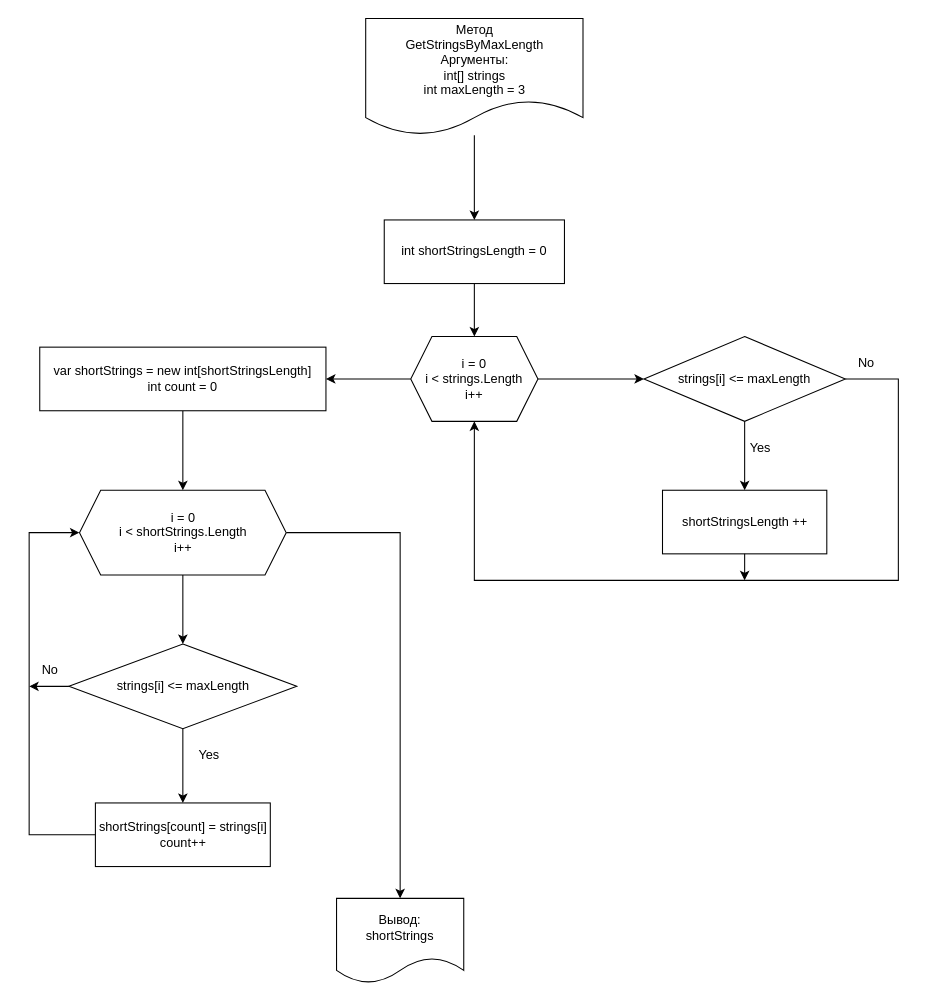
Earlier version of the draw.io diagram scheme.drawio (MadOmsk/project1GB). Source tidied: cells renumbered, new cells numbered last; positions are measured from the earlier drawing's top-left corner, leaving out a move shared by most shapes. Both pictures are drawn from the tidied source at 106%, with x=0, y=0 at pixel (18, 18).
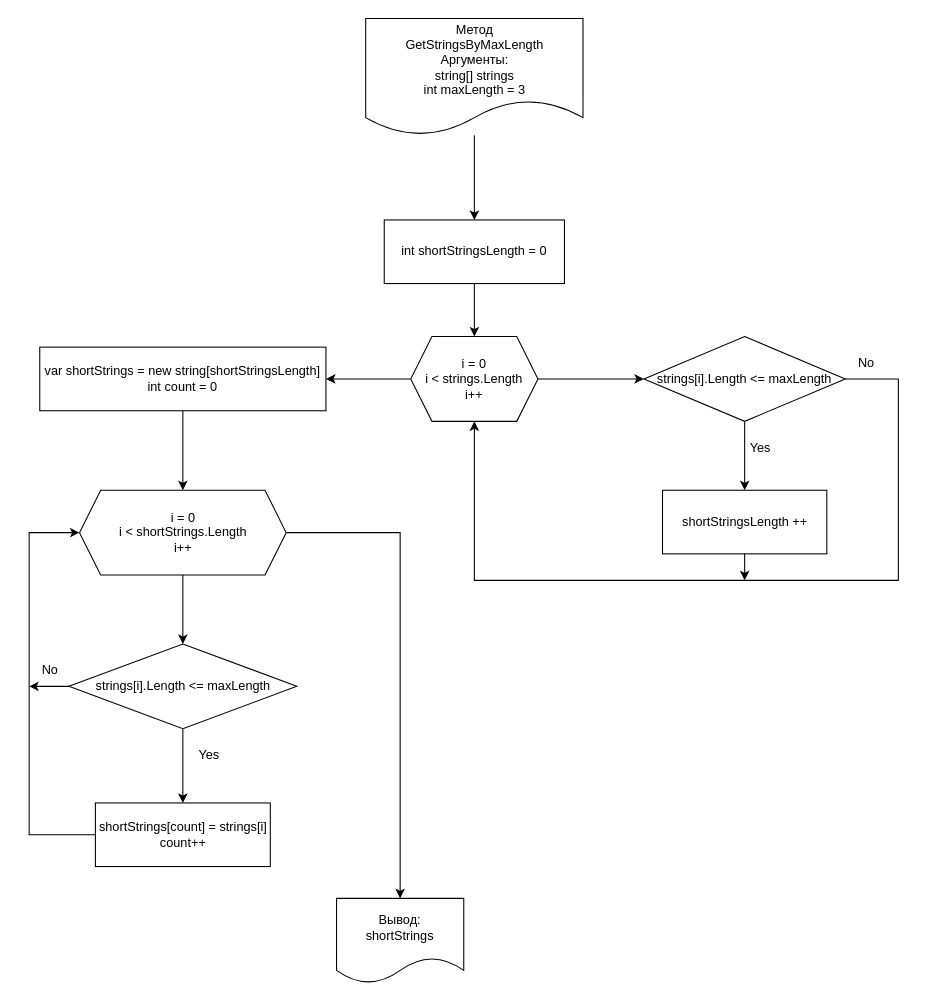
The same page after the edit.

Diff of the diagram source:
```diff
@@
-    <mxCell id="8" value="strings[i] &amp;lt;= maxLength" style="rhombus;whiteSpace=wrap;html=1;" parent="1" vertex="1">
+    <mxCell id="8" value="strings[i].Length &amp;lt;= maxLength" style="rhombus;whiteSpace=wrap;html=1;" parent="1" vertex="1">
       <mxGeometry x="590" y="300" width="190" height="80" as="geometry" />
     </mxCell>
@@
-    <mxCell id="14" value="var shortStrings = new int[shortStringsLength]&lt;br&gt;int count = 0" style="whiteSpace=wrap;html=1;" parent="1" vertex="1">
+    <mxCell id="14" value="var shortStrings = new string[shortStringsLength]&lt;br&gt;int count = 0" style="whiteSpace=wrap;html=1;" parent="1" vertex="1">
       <mxGeometry x="20" y="310" width="270" height="60" as="geometry" />
     </mxCell>
@@
-    <mxCell id="19" value="strings[i] &amp;lt;= maxLength" style="rhombus;whiteSpace=wrap;html=1;" parent="1" vertex="1">
+    <mxCell id="19" value="strings[i].Length &amp;lt;= maxLength" style="rhombus;whiteSpace=wrap;html=1;" parent="1" vertex="1">
       <mxGeometry x="47.5" y="590" width="215" height="80" as="geometry" />
     </mxCell>
@@
-    <mxCell id="28" value="Метод&lt;br&gt;GetStringsByMaxLength&lt;br&gt;Аргументы:&lt;br&gt;int[] strings&lt;br&gt;int maxLength = 3" style="shape=document;whiteSpace=wrap;html=1;boundedLbl=1;" parent="1" vertex="1">
+    <mxCell id="28" value="Метод&lt;br&gt;GetStringsByMaxLength&lt;br&gt;Аргументы:&lt;br&gt;string[] strings&lt;br&gt;int maxLength = 3" style="shape=document;whiteSpace=wrap;html=1;boundedLbl=1;" parent="1" vertex="1">
       <mxGeometry x="327.5" width="205" height="110" as="geometry" />
     </mxCell>
```
